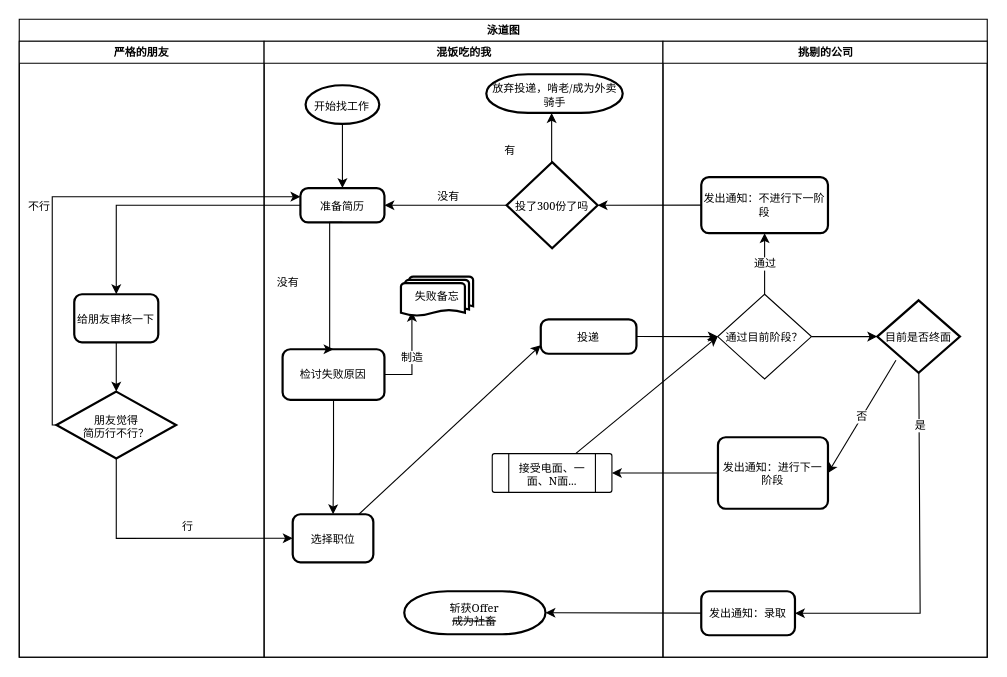
Above: jobSeekingProcess.drawio in Ryuuko/drawIo (draw.io), before the change. Source tidied: cells renumbered, new cells numbered last; positions are measured from the earlier drawing's top-left corner, leaving out a move shared by most shapes. Both pictures are drawn from the tidied source at 110%, with x=0, y=0 at pixel (19, 19).
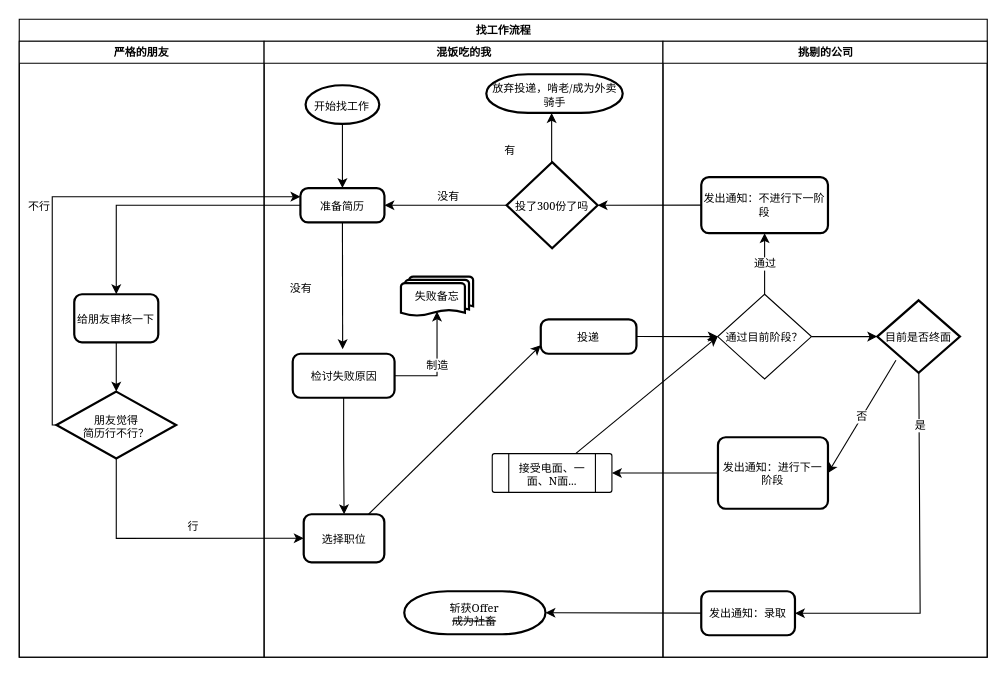
After the change.

Unchanged cells that the change refers to:
```xml
<mxCell id="7" value="混饭吃的我" style="swimlane;html=1;startSize=20;fontSize=10;" parent="2" vertex="1">
  <mxGeometry x="222.6" y="20" width="362.6" height="560" as="geometry" />
</mxCell>
<mxCell id="17" value="准备简历" style="rounded=1;whiteSpace=wrap;html=1;absoluteArcSize=1;arcSize=14;strokeWidth=2;fontSize=10;fontFamily=Georgia;" parent="7" vertex="1">
  <mxGeometry x="33" y="133.5" width="76.4" height="31.2" as="geometry" />
</mxCell>
<mxCell id="23" value="失败备忘" style="strokeWidth=2;html=1;shape=mxgraph.flowchart.multi-document;whiteSpace=wrap;fontSize=10;" parent="7" vertex="1">
  <mxGeometry x="124.4" y="214" width="65.6" height="36" as="geometry" />
</mxCell>
```

What changed in the source:
```diff
@@
-    <mxCell id="2" value="泳道图" style="swimlane;html=1;startSize=20;fontSize=10;" parent="1" vertex="1">
+    <mxCell id="2" value="找工作流程" style="swimlane;html=1;startSize=20;fontSize=10;" parent="1" vertex="1">
       <mxGeometry width="880" height="580" as="geometry" />
     </mxCell>
@@
-    <mxCell id="10" value="制造" style="edgeStyle=orthogonalEdgeStyle;rounded=0;jettySize=auto;html=1;entryX=0.152;entryY=0.889;entryDx=0;entryDy=0;entryPerimeter=0;fontSize=10;" parent="7" edge="1" source="11" target="23">
-      <mxGeometry relative="1" as="geometry" />
+    <mxCell id="10" value="制造" style="edgeStyle=orthogonalEdgeStyle;rounded=0;jettySize=auto;html=1;entryX=0.5;entryY=0.88;entryDx=0;entryDy=0;entryPerimeter=0;fontSize=10;" parent="7" edge="1" source="11" target="23">
+      <mxGeometry relative="1" as="geometry">
+        <Array as="points">
+          <mxPoint x="157" y="304" />
+        </Array>
+      </mxGeometry>
     </mxCell>
     <mxCell id="11" value="&lt;span style=&quot;font-family: &amp;#34;georgia&amp;#34;&quot;&gt;检讨失败原因&lt;/span&gt;" style="rounded=1;whiteSpace=wrap;html=1;absoluteArcSize=1;arcSize=14;strokeWidth=2;fontSize=10;" parent="7" vertex="1">
-      <mxGeometry x="16.8" y="280" width="92.6" height="46" as="geometry" />
+      <mxGeometry x="26" y="284.1" width="92.6" height="40" as="geometry" />
     </mxCell>
-    <mxCell id="12" value="&lt;font style=&quot;font-size: 10px&quot;&gt;选择职位&lt;/font&gt;" style="rounded=1;whiteSpace=wrap;html=1;absoluteArcSize=1;arcSize=14;strokeWidth=2;fontSize=10;fontFamily=Georgia;" parent="7" vertex="1">
-      <mxGeometry x="26" y="430" width="73.3" height="43.7" as="geometry" />
-    </mxCell>
@@
+    <mxCell id="12" value="&lt;font style=&quot;font-size: 10px&quot;&gt;选择职位&lt;/font&gt;" style="rounded=1;whiteSpace=wrap;html=1;absoluteArcSize=1;arcSize=14;strokeWidth=2;fontSize=10;fontFamily=Georgia;" parent="7" vertex="1">
+      <mxGeometry x="36" y="430" width="73.3" height="43.7" as="geometry" />
+    </mxCell>
@@
-    <mxCell id="21" value="没有" style="edgeStyle=elbowEdgeStyle;rounded=0;sketch=0;jettySize=auto;html=1;entryX=0.5;entryY=0;entryDx=0;entryDy=0;labelBackgroundColor=none;strokeColor=#000000;fillColor=#BC6C25;fontFamily=Georgia;fontSize=10;fontColor=#000000;exitX=0.5;exitY=1;exitDx=0;exitDy=0;exitPerimeter=0;" parent="7" edge="1" source="17" target="11">
+    <mxCell id="21" value="没有" style="rounded=0;sketch=0;jettySize=auto;html=1;labelBackgroundColor=none;strokeColor=#000000;fillColor=#BC6C25;fontFamily=Georgia;fontSize=10;fontColor=#000000;exitX=0.5;exitY=1;exitDx=0;exitDy=0;exitPerimeter=0;" parent="7" edge="1" source="17">
       <mxGeometry y="-38" relative="1" as="geometry">
-        <Array as="points">
-          <mxPoint x="59.6" y="194.3" />
-          <mxPoint x="65.3" y="174.8" />
-        </Array>
+        <mxPoint x="71.4" y="280" as="targetPoint" />
       </mxGeometry>
     </mxCell>
```
